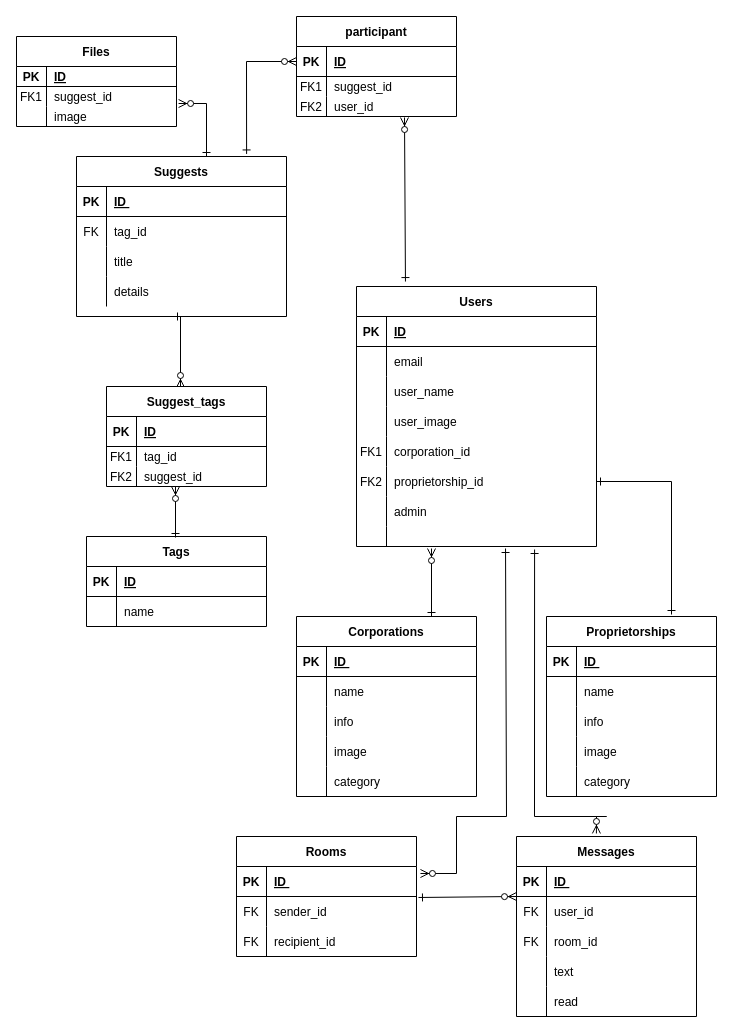
This is Untitled Diagram.drawio from Sec-il-n/dic_guraduate_parts, a draw.io file, before an edit. Source tidied: cells renumbered, new cells numbered last; positions are measured from the earlier drawing's top-left corner, leaving out a move shared by most shapes. Both pictures are drawn from the tidied source at 100%, with x=0, y=0 at pixel (16, 16).
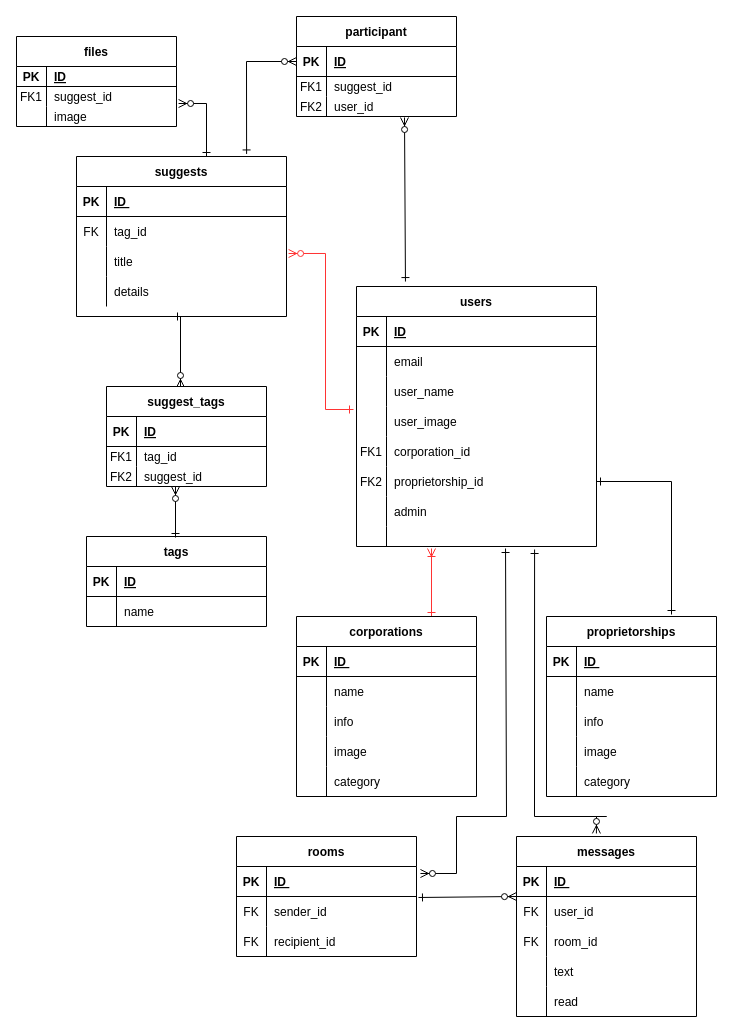
The same diagram, later.

Commit message:
Untitled Diagram.drawio を更新します

Unchanged cells that the change refers to:
```xml
<mxCell id="42" style="shape=partialRectangle;fillColor=none;points=[[0,0.5],[1,0.5]];portConstraint=eastwest;top=0;left=0;right=0;bottom=0;" parent="35" vertex="1">
  <mxGeometry y="90" width="210" height="30" as="geometry" />
</mxCell>
```

Change to the diagram source:
```diff
@@
-    <mxCell id="2" value="Tags" style="shape=table;startSize=30;childLayout=tableLayout;rowLines=0;fontStyle=1;align=center;" parent="1" vertex="1">
+    <mxCell id="2" value="tags" style="shape=table;startSize=30;childLayout=tableLayout;rowLines=0;fontStyle=1;align=center;" parent="1" vertex="1">
       <mxGeometry x="70" y="520" width="180" height="90" as="geometry" />
     </mxCell>
@@
-    <mxCell id="9" value="Users" style="shape=table;startSize=30;childLayout=tableLayout;rowLines=0;fontStyle=1;align=center;" parent="1" vertex="1">
+    <mxCell id="9" value="users" style="shape=table;startSize=30;childLayout=tableLayout;rowLines=0;fontStyle=1;align=center;" parent="1" vertex="1">
       <mxGeometry x="340" y="270" width="240" height="260" as="geometry" />
     </mxCell>
@@
-    <mxCell id="35" value="Suggests" style="shape=table;startSize=30;childLayout=tableLayout;rowLines=0;fontStyle=1;align=center;" parent="1" vertex="1">
+    <mxCell id="35" value="suggests" style="shape=table;startSize=30;childLayout=tableLayout;rowLines=0;fontStyle=1;align=center;" parent="1" vertex="1">
       <mxGeometry x="60" y="140" width="210" height="160" as="geometry" />
     </mxCell>
@@
-    <mxCell id="48" value="Suggest_tags" style="shape=table;startSize=30;childLayout=tableLayout;rowLines=0;fontStyle=1;align=center;" parent="1" vertex="1">
+    <mxCell id="48" value="suggest_tags" style="shape=table;startSize=30;childLayout=tableLayout;rowLines=0;fontStyle=1;align=center;" parent="1" vertex="1">
       <mxGeometry x="90" y="370" width="160" height="100" as="geometry" />
     </mxCell>
@@
-    <mxCell id="58" style="edgeStyle=none;rounded=0;jettySize=auto;html=1;exitX=0.75;exitY=0;exitDx=0;exitDy=0;startArrow=ERone;startFill=0;endArrow=ERzeroToMany;endFill=1;" parent="1" edge="1" source="59">
+    <mxCell id="58" style="edgeStyle=none;rounded=0;jettySize=auto;html=1;exitX=0.75;exitY=0;exitDx=0;exitDy=0;startArrow=ERone;startFill=0;endArrow=ERoneToMany;endFill=0;strokeColor=#FF3333;" parent="1" edge="1" source="59">
       <mxGeometry relative="1" as="geometry">
         <mxPoint x="415" y="532" as="targetPoint" />
       </mxGeometry>
     </mxCell>
-    <mxCell id="59" value="Corporations" style="shape=table;startSize=30;childLayout=tableLayout;rowLines=0;fontStyle=1;align=center;" parent="1" vertex="1">
+    <mxCell id="59" value="corporations" style="shape=table;startSize=30;childLayout=tableLayout;rowLines=0;fontStyle=1;align=center;" parent="1" vertex="1">
       <mxGeometry x="280" y="600" width="180" height="180" as="geometry" />
     </mxCell>
@@
-    <mxCell id="76" value="Proprietorships" style="shape=table;startSize=30;childLayout=tableLayout;rowLines=0;fontStyle=1;align=center;" parent="1" vertex="1">
+    <mxCell id="76" value="proprietorships" style="shape=table;startSize=30;childLayout=tableLayout;rowLines=0;fontStyle=1;align=center;" parent="1" vertex="1">
       <mxGeometry x="530" y="600" width="170" height="180" as="geometry" />
     </mxCell>
@@
-    <mxCell id="92" value="Files" style="shape=table;startSize=30;childLayout=tableLayout;rowLines=0;fontStyle=1;align=center;" parent="1" vertex="1">
+    <mxCell id="92" value="files" style="shape=table;startSize=30;childLayout=tableLayout;rowLines=0;fontStyle=1;align=center;" parent="1" vertex="1">
       <mxGeometry y="20" width="160" height="90" as="geometry" />
     </mxCell>
@@
-    <mxCell id="103" value="Rooms" style="shape=table;startSize=30;childLayout=tableLayout;rowLines=0;fontStyle=1;align=center;" parent="1" vertex="1">
+    <mxCell id="103" value="rooms" style="shape=table;startSize=30;childLayout=tableLayout;rowLines=0;fontStyle=1;align=center;" parent="1" vertex="1">
       <mxGeometry x="220" y="820" width="180" height="120" as="geometry" />
     </mxCell>
@@
-    <mxCell id="113" value="Messages" style="shape=table;startSize=30;childLayout=tableLayout;rowLines=0;fontStyle=1;align=center;" parent="1" vertex="1">
+    <mxCell id="113" value="messages" style="shape=table;startSize=30;childLayout=tableLayout;rowLines=0;fontStyle=1;align=center;" parent="1" vertex="1">
       <mxGeometry x="500" y="820" width="180" height="180" as="geometry" />
     </mxCell>
@@
+    <mxCell id="145" style="rounded=0;jettySize=auto;html=1;edgeStyle=elbowEdgeStyle;endArrow=ERone;endFill=0;startArrow=ERzeroToMany;startFill=1;exitX=1.01;exitY=0.233;exitDx=0;exitDy=0;exitPerimeter=0;strokeColor=#FF3333;" parent="1" edge="1" source="42">
+      <mxGeometry relative="1" as="geometry">
+        <mxPoint x="337" y="393" as="targetPoint" />
+        <Array as="points">
+          <mxPoint x="309" y="316" />
+        </Array>
+      </mxGeometry>
+    </mxCell>
```
